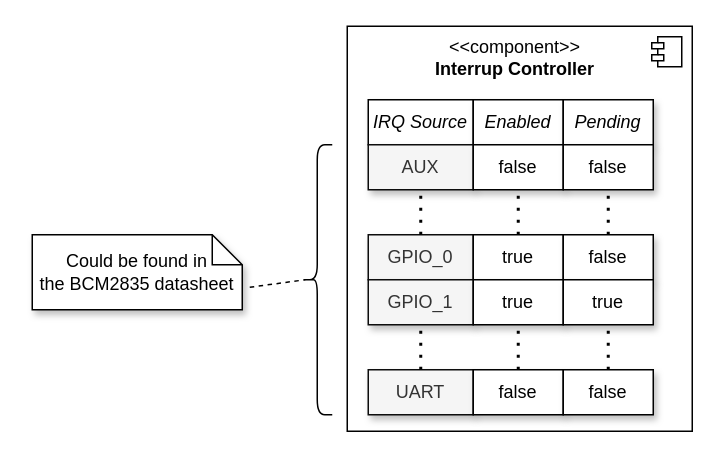
silhavyj/ZeroMate keeps this draw.io diagram as docs/diagrams/peripherals/interrupt_controller/irq_sources.drawio. Above is the earlier version. Source tidied: cells renumbered, new cells numbered last; positions are measured from the earlier drawing's top-left corner, leaving out a move shared by most shapes. Both pictures are drawn from the tidied source at 150%, with x=0, y=0 at pixel (32, 26).
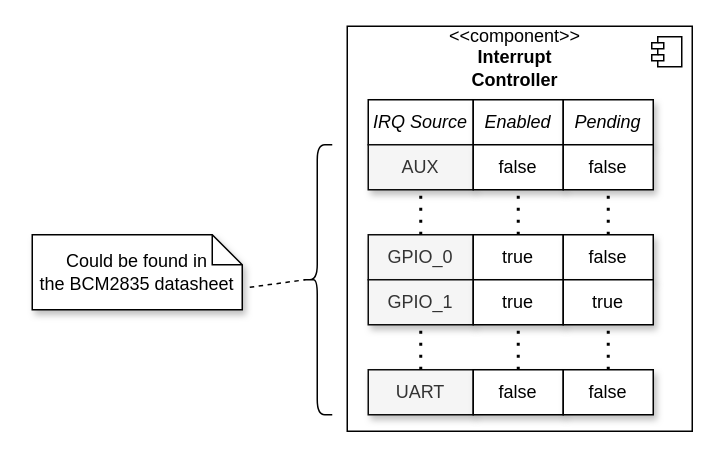
Above is the later version.

Commit message (it also covers changes not shown here):
Modified UML diagrams

What changed in the source:
```diff
@@
-    <mxCell id="28" value="&lt;font face=&quot;Computer Modern&quot;&gt;&amp;lt;&amp;lt;component&amp;gt;&amp;gt;&lt;br&gt;&lt;b&gt;Interrup Controller&lt;/b&gt;&lt;/font&gt;" style="text;html=1;strokeColor=none;fillColor=none;align=center;verticalAlign=middle;whiteSpace=wrap;rounded=0;" parent="1" vertex="1">
+    <mxCell id="28" value="&lt;font face=&quot;Computer Modern&quot;&gt;&amp;lt;&amp;lt;component&amp;gt;&amp;gt;&lt;br&gt;&lt;b&gt;Interrupt Controller&lt;/b&gt;&lt;/font&gt;" style="text;html=1;strokeColor=none;fillColor=none;align=center;verticalAlign=middle;whiteSpace=wrap;rounded=0;" parent="1" vertex="1">
       <mxGeometry x="267" y="6" width="110" height="30" as="geometry" />
     </mxCell>
```
